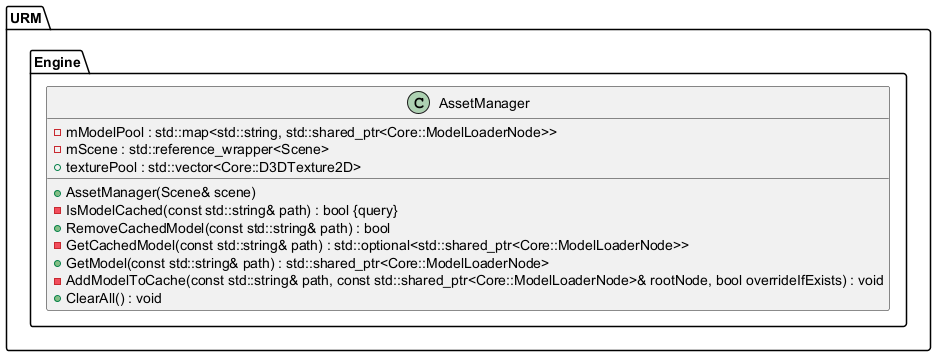
Before: Latex/images/UML/assets.png, a diagram exported from PlantUML (MinikPLayer/MasterThesis_UniversalRenderingModule_D3D11).
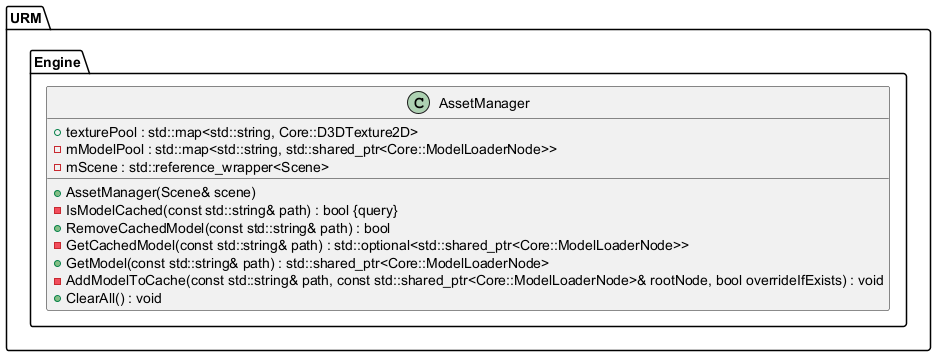
After the change.

Diff of the diagram source:
```diff
@@ -12,11 +12,11 @@
 			+AssetManager(Scene& scene)
 			-IsModelCached(const std::string& path) : bool {query}
 			+RemoveCachedModel(const std::string& path) : bool
+			+texturePool : std::map<std::string, Core::D3DTexture2D>
 			-mModelPool : std::map<std::string, std::shared_ptr<Core::ModelLoaderNode>>
 			-GetCachedModel(const std::string& path) : std::optional<std::shared_ptr<Core::ModelLoaderNode>>
 			-mScene : std::reference_wrapper<Scene>
 			+GetModel(const std::string& path) : std::shared_ptr<Core::ModelLoaderNode>
-			+texturePool : std::vector<Core::D3DTexture2D>
 			-AddModelToCache(const std::string& path, const std::shared_ptr<Core::ModelLoaderNode>& rootNode, bool overrideIfExists) : void
 			+ClearAll() : void
 		}
```
